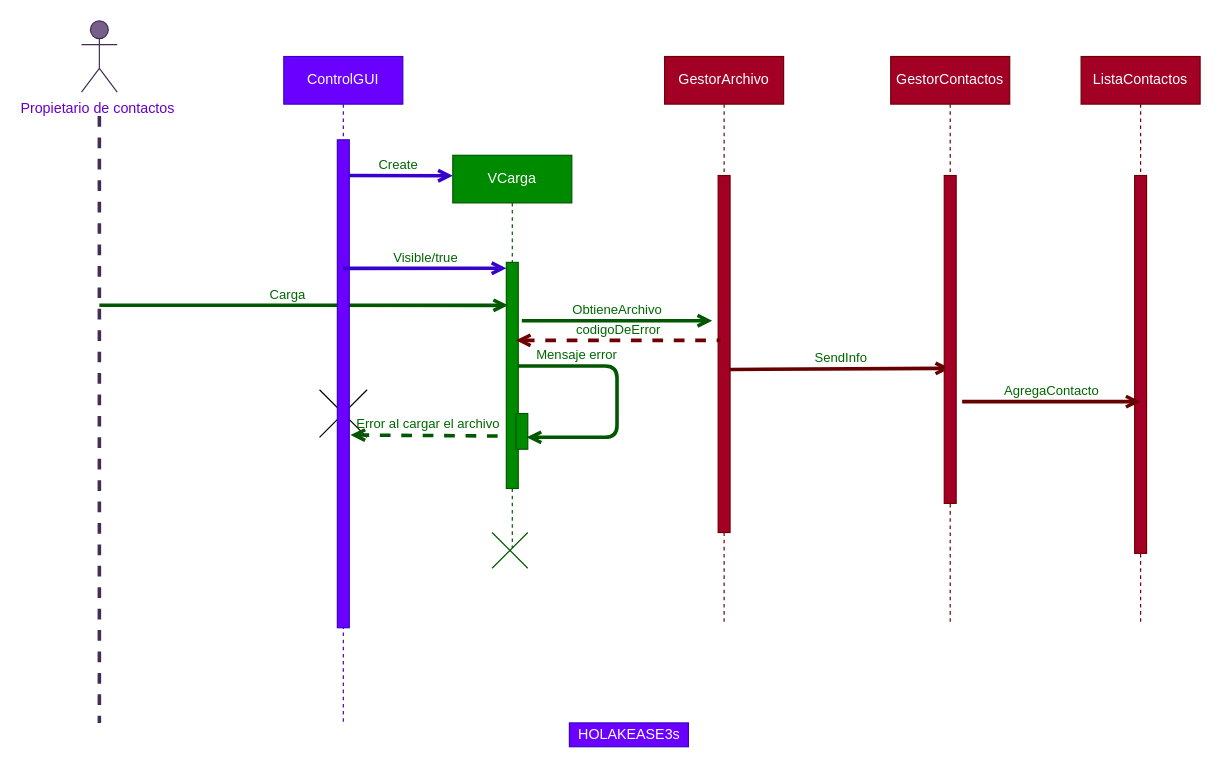
Above: diagramas de secuencia/secuenciaC1.drawio in JuanCarlosGarciaZepeda/SmartScheduler (draw.io), before the change. Source tidied: cells renumbered, new cells numbered last; positions are measured from the earlier drawing's top-left corner, leaving out a move shared by most shapes. Both pictures are drawn from the tidied source at 119%, with x=0, y=0 at pixel (81, 20).
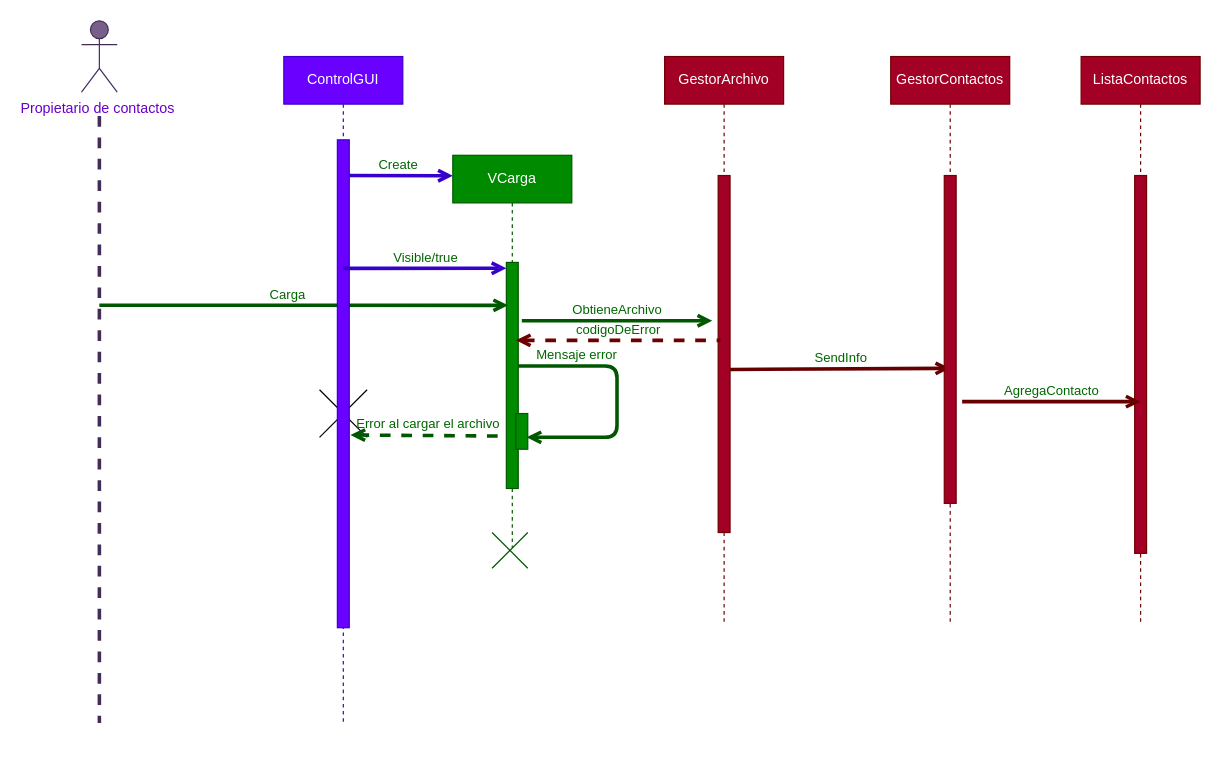
The same diagram, later.

What changed in the source:
```diff
@@
-    <mxCell id="27" value="HOLAKEASE3s" style="text;html=1;align=center;verticalAlign=middle;strokeColor=#3700CC;fillColor=#6a00ff;fontColor=#ffffff;" parent="1" vertex="1">
-      <mxGeometry x="410" y="590" width="100" height="20" as="geometry" />
-    </mxCell>
```
